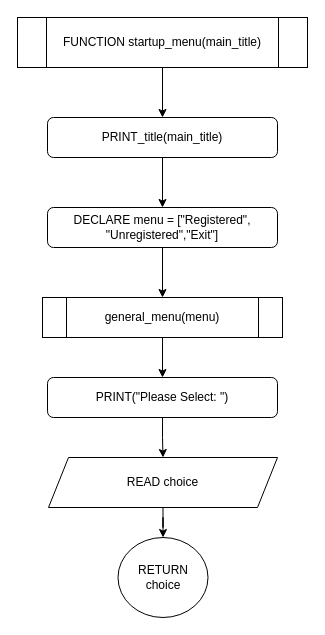
Earlier version of the draw.io diagram Flowchart/default/startup_menu.drawio (RabbitBear00/Car-Rental-System). Source tidied: cells renumbered, new cells numbered last; positions are measured from the earlier drawing's top-left corner, leaving out a move shared by most shapes. Both pictures are drawn from the tidied source at 100%, with x=0, y=0 at pixel (17, 17).
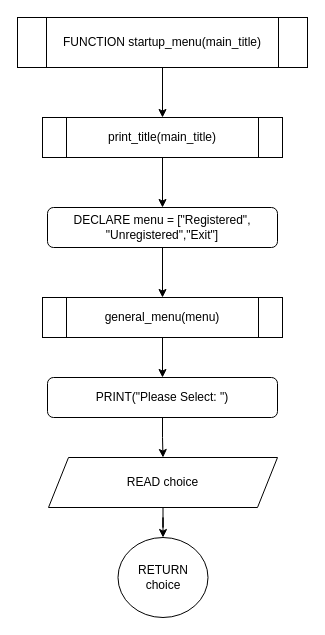
The same page after the edit.

The edit, as a diff of the source:
```diff
@@
 <mxGraphModel>
   <root>
     <mxCell id="0" />
     <mxCell id="1" parent="0" />
-    <mxCell id="2" style="edgeStyle=orthogonalEdgeStyle;rounded=0;jettySize=auto;html=1;" parent="1" edge="1" source="3" target="5">
-      <mxGeometry relative="1" as="geometry" />
-    </mxCell>
+    <mxCell id="15" style="edgeStyle=orthogonalEdgeStyle;rounded=0;jettySize=auto;html=1;" parent="1" edge="1" source="3" target="17">
+      <mxGeometry relative="1" as="geometry" />
+    </mxCell>
     <mxCell id="3" value="&lt;div&gt;FUNCTION startup_menu(main_title)&lt;/div&gt;" style="shape=process;whiteSpace=wrap;html=1;backgroundOutline=1;" parent="1" vertex="1">
       <mxGeometry width="290" height="50" as="geometry" />
     </mxCell>
-    <mxCell id="4" style="edgeStyle=orthogonalEdgeStyle;rounded=0;jettySize=auto;html=1;" parent="1" edge="1" source="5" target="7">
-      <mxGeometry relative="1" as="geometry" />
-    </mxCell>
-    <mxCell id="5" value="PRINT_title(main_title)" style="rounded=1;whiteSpace=wrap;html=1;" parent="1" vertex="1">
-      <mxGeometry x="30" y="100" width="230" height="40" as="geometry" />
-    </mxCell>
     <mxCell id="6" style="edgeStyle=orthogonalEdgeStyle;rounded=0;jettySize=auto;html=1;" parent="1" edge="1" source="7" target="9">
       <mxGeometry relative="1" as="geometry" />
     </mxCell>
     <mxCell id="7" value="DECLARE menu = [&quot;Registered&quot;, &quot;Unregistered&quot;,&quot;Exit&quot;]" style="rounded=1;whiteSpace=wrap;html=1;" parent="1" vertex="1">
       <mxGeometry x="30" y="190" width="230" height="40" as="geometry" />
     </mxCell>
     <mxCell id="8" style="edgeStyle=orthogonalEdgeStyle;rounded=0;jettySize=auto;html=1;" parent="1" edge="1" source="9" target="11">
       <mxGeometry relative="1" as="geometry" />
     </mxCell>
     <mxCell id="9" value="general_menu(menu)" style="shape=process;whiteSpace=wrap;html=1;backgroundOutline=1;" parent="1" vertex="1">
       <mxGeometry x="25" y="280" width="240" height="40" as="geometry" />
     </mxCell>
     <mxCell id="10" style="edgeStyle=orthogonalEdgeStyle;rounded=0;jettySize=auto;html=1;" parent="1" edge="1" source="11" target="13">
       <mxGeometry relative="1" as="geometry" />
     </mxCell>
     <mxCell id="11" value="PRINT(&quot;Please Select: &quot;)" style="rounded=1;whiteSpace=wrap;html=1;" parent="1" vertex="1">
       <mxGeometry x="30" y="360" width="230" height="40" as="geometry" />
     </mxCell>
     <mxCell id="12" style="edgeStyle=orthogonalEdgeStyle;rounded=0;jettySize=auto;html=1;" parent="1" edge="1" source="13" target="14">
       <mxGeometry relative="1" as="geometry" />
     </mxCell>
     <mxCell id="13" value="READ choice" style="shape=parallelogram;perimeter=parallelogramPerimeter;whiteSpace=wrap;html=1;fixedSize=1;" parent="1" vertex="1">
       <mxGeometry x="31" y="440" width="229" height="50" as="geometry" />
     </mxCell>
     <mxCell id="14" value="RETURN choice" style="ellipse;whiteSpace=wrap;html=1;" parent="1" vertex="1">
       <mxGeometry x="100.5" y="520" width="90" height="80" as="geometry" />
     </mxCell>
+    <mxCell id="16" style="edgeStyle=orthogonalEdgeStyle;rounded=0;jettySize=auto;html=1;" parent="1" edge="1" source="17" target="7">
+      <mxGeometry relative="1" as="geometry" />
+    </mxCell>
+    <mxCell id="17" value="print_title(main_title)" style="shape=process;whiteSpace=wrap;html=1;backgroundOutline=1;" parent="1" vertex="1">
+      <mxGeometry x="25" y="100" width="240" height="40" as="geometry" />
+    </mxCell>
   </root>
 </mxGraphModel>
```
